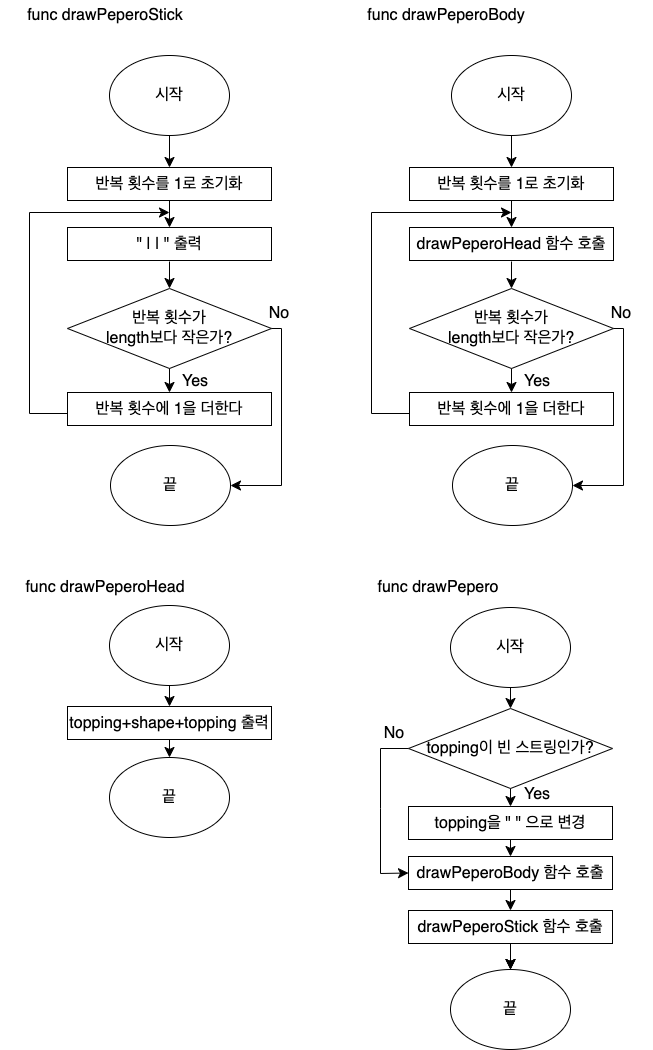
Before: pepero_flowchart.png, a diagram exported from draw.io (yagom-academy/swift-starter-Round1). Source tidied: cells renumbered, new cells last; positions are measured from the earlier drawing's top-left corner, leaving out a move shared by most shapes.
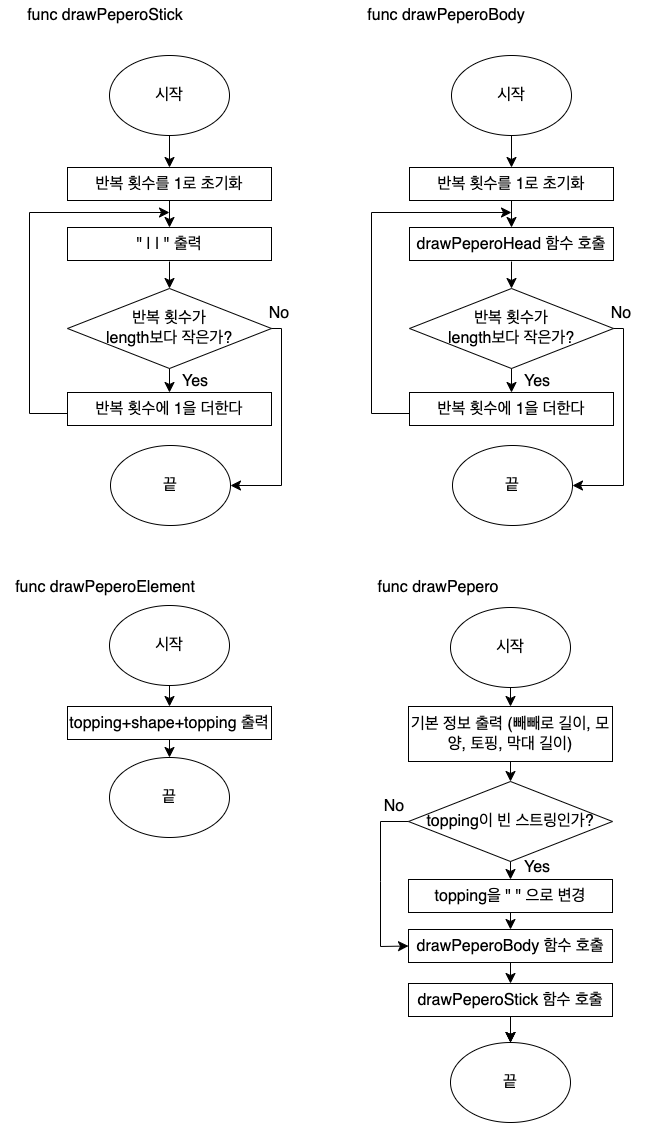
After the commit.

Change to the diagram source:
```diff
@@ -60,7 +60,7 @@
     <mxCell id="17" value="No" style="text;html=1;strokeColor=none;fillColor=none;align=center;verticalAlign=middle;whiteSpace=wrap;rounded=0;fontSize=16;" parent="1" vertex="1">
       <mxGeometry x="240" y="298" width="60" height="30" as="geometry" />
     </mxCell>
-    <mxCell id="18" value="func drawPeperoHead" style="text;html=1;strokeColor=none;fillColor=none;align=center;verticalAlign=middle;whiteSpace=wrap;rounded=0;fontSize=16;" parent="1" vertex="1">
+    <mxCell id="18" value="func drawPeperoElement" style="text;html=1;strokeColor=none;fillColor=none;align=center;verticalAlign=middle;whiteSpace=wrap;rounded=0;fontSize=16;" parent="1" vertex="1">
       <mxGeometry y="572" width="192" height="30" as="geometry" />
     </mxCell>
     <mxCell id="19" value="시작" style="ellipse;whiteSpace=wrap;html=1;fontSize=16;" parent="1" vertex="1">
@@ -140,7 +140,7 @@
       <mxGeometry x="441" y="607" width="120" height="80" as="geometry" />
     </mxCell>
     <mxCell id="41" value="끝" style="ellipse;whiteSpace=wrap;html=1;fontSize=16;" parent="1" vertex="1">
-      <mxGeometry x="441" y="969" width="120" height="80" as="geometry" />
+      <mxGeometry x="441" y="1042" width="120" height="80" as="geometry" />
     </mxCell>
     <mxCell id="42" style="edgeStyle=orthogonalEdgeStyle;rounded=0;jettySize=auto;html=1;fontSize=12;startSize=8;endSize=8;" parent="1" edge="1" source="44" target="41">
       <mxGeometry relative="1" as="geometry" />
@@ -149,27 +149,29 @@
       <mxGeometry relative="1" as="geometry" />
     </mxCell>
     <mxCell id="44" value="drawPeperoStick 함수 호출" style="rounded=0;whiteSpace=wrap;html=1;fontSize=16;" parent="1" vertex="1">
-      <mxGeometry x="399" y="910" width="204" height="33" as="geometry" />
+      <mxGeometry x="399" y="983" width="204" height="33" as="geometry" />
     </mxCell>
     <mxCell id="45" style="endArrow=classic;html=1;rounded=0;fontSize=12;startSize=8;endSize=8;curved=1;exitX=0.5;exitY=1;exitDx=0;exitDy=0;" parent="1" edge="1" source="47" target="44">
       <mxGeometry relative="1" as="geometry" />
     </mxCell>
     <mxCell id="46" style="endArrow=classic;html=1;rounded=0;fontSize=12;startSize=8;endSize=8;curved=1;exitX=0.5;exitY=1;exitDx=0;exitDy=0;entryX=0.5;entryY=0;entryDx=0;entryDy=0;" parent="1" edge="1" target="41">
       <mxGeometry relative="1" as="geometry">
-        <mxPoint x="501" y="951" as="sourcePoint" />
+        <mxPoint x="501" y="1024" as="sourcePoint" />
       </mxGeometry>
     </mxCell>
     <mxCell id="47" value="drawPeperoBody 함수 호출" style="rounded=0;whiteSpace=wrap;html=1;fontSize=16;" parent="1" vertex="1">
-      <mxGeometry x="399" y="856" width="204" height="33" as="geometry" />
+      <mxGeometry x="399" y="929" width="204" height="33" as="geometry" />
     </mxCell>
     <mxCell id="48" value="topping이 빈 스트링인가?" style="rhombus;whiteSpace=wrap;html=1;fontSize=16;" parent="1" vertex="1">
-      <mxGeometry x="399" y="708" width="204" height="80" as="geometry" />
+      <mxGeometry x="399" y="781" width="204" height="80" as="geometry" />
     </mxCell>
     <mxCell id="49" value="topping을 &quot; &quot; 으로 변경" style="rounded=0;whiteSpace=wrap;html=1;fontSize=16;" parent="1" vertex="1">
-      <mxGeometry x="399" y="806" width="204" height="33" as="geometry" />
+      <mxGeometry x="399" y="879" width="204" height="33" as="geometry" />
     </mxCell>
-    <mxCell id="50" style="endArrow=classic;html=1;rounded=0;fontSize=12;startSize=8;endSize=8;entryX=0.5;entryY=0;entryDx=0;entryDy=0;exitX=0.5;exitY=1;exitDx=0;exitDy=0;" parent="1" edge="1" source="40" target="48">
-      <mxGeometry relative="1" as="geometry" />
+    <mxCell id="50" style="endArrow=classic;html=1;rounded=0;fontSize=12;startSize=8;endSize=8;exitX=0.5;exitY=1;exitDx=0;exitDy=0;" parent="1" edge="1" source="56">
+      <mxGeometry relative="1" as="geometry">
+        <mxPoint x="501" y="781" as="targetPoint" />
+      </mxGeometry>
     </mxCell>
     <mxCell id="51" style="endArrow=classic;html=1;rounded=0;fontSize=12;startSize=8;endSize=8;entryX=0.5;entryY=0;entryDx=0;entryDy=0;exitX=0.5;exitY=1;exitDx=0;exitDy=0;" parent="1" edge="1" source="48" target="49">
       <mxGeometry relative="1" as="geometry" />
@@ -180,17 +182,23 @@
     <mxCell id="53" style="endArrow=classic;html=1;rounded=0;fontSize=12;startSize=8;endSize=8;entryX=0;entryY=0.5;entryDx=0;entryDy=0;exitX=0;exitY=0.5;exitDx=0;exitDy=0;" parent="1" edge="1" source="48" target="47">
       <mxGeometry relative="1" as="geometry">
         <Array as="points">
-          <mxPoint x="371" y="748" />
-          <mxPoint x="371" y="808" />
-          <mxPoint x="371" y="873" />
+          <mxPoint x="371" y="821" />
+          <mxPoint x="371" y="881" />
+          <mxPoint x="371" y="946" />
         </Array>
       </mxGeometry>
     </mxCell>
     <mxCell id="54" value="No" style="text;html=1;strokeColor=none;fillColor=none;align=center;verticalAlign=middle;whiteSpace=wrap;rounded=0;fontSize=16;" parent="1" vertex="1">
-      <mxGeometry x="355" y="718" width="60" height="30" as="geometry" />
+      <mxGeometry x="355" y="791" width="60" height="30" as="geometry" />
     </mxCell>
     <mxCell id="55" value="Yes" style="text;html=1;strokeColor=none;fillColor=none;align=center;verticalAlign=middle;whiteSpace=wrap;rounded=0;fontSize=16;" parent="1" vertex="1">
-      <mxGeometry x="498" y="779" width="60" height="30" as="geometry" />
+      <mxGeometry x="498" y="852" width="60" height="30" as="geometry" />
     </mxCell>
+    <mxCell id="56" value="기본 정보 출력 (빼빼로 길이, 모양, 토핑, 막대 길이)" style="rounded=0;whiteSpace=wrap;html=1;fontSize=16;" parent="1" vertex="1">
+      <mxGeometry x="399" y="706" width="204" height="55" as="geometry" />
+    </mxCell>
+    <mxCell id="57" style="endArrow=classic;html=1;rounded=0;fontSize=12;startSize=8;endSize=8;exitX=0.5;exitY=1;exitDx=0;exitDy=0;entryX=0.5;entryY=0;entryDx=0;entryDy=0;" parent="1" edge="1" source="40" target="56">
+      <mxGeometry relative="1" as="geometry" />
+    </mxCell>
   </root>
 </mxGraphModel>
```
